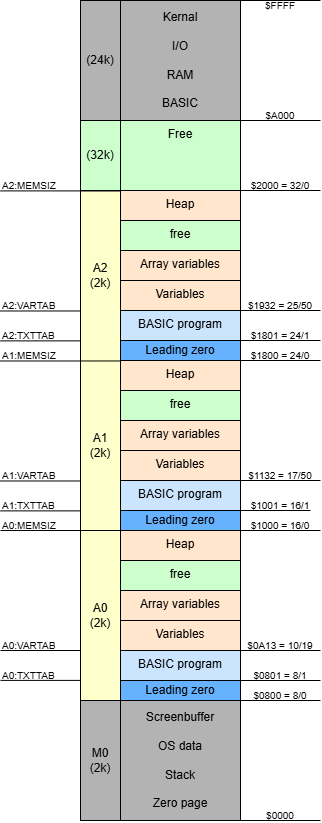
This is c64mempart/A0A1A2.drawio.png from maarten-pennings/howto, a draw.io export, as it was before one commit. Source tidied: cells renumbered, new cells last; positions are measured from the earlier drawing's top-left corner, leaving out a move shared by most shapes.
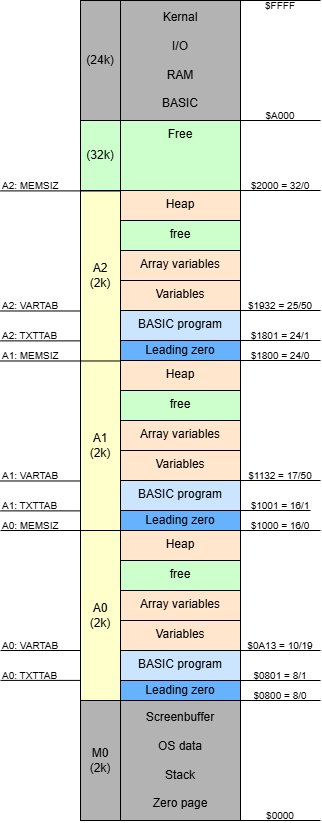
After the change.

What changed in the source:
```diff
@@ -73,10 +73,10 @@
         <mxPoint x="80" y="679.9" as="targetPoint" />
       </mxGeometry>
     </mxCell>
-    <mxCell id="20" value="A0:MEMSIZ" style="text;html=1;align=left;verticalAlign=middle;whiteSpace=wrap;rounded=0;fontSize=10;" parent="1" vertex="1">
+    <mxCell id="20" value="A0: MEMSIZ" style="text;html=1;align=left;verticalAlign=middle;whiteSpace=wrap;rounded=0;fontSize=10;" parent="1" vertex="1">
       <mxGeometry y="520" width="70" height="10" as="geometry" />
     </mxCell>
-    <mxCell id="21" value="A0:TXTTAB" style="text;html=1;align=left;verticalAlign=middle;whiteSpace=wrap;rounded=0;fontSize=10;" parent="1" vertex="1">
+    <mxCell id="21" value="A0: TXTTAB" style="text;html=1;align=left;verticalAlign=middle;whiteSpace=wrap;rounded=0;fontSize=10;" parent="1" vertex="1">
       <mxGeometry y="670" width="80" height="10" as="geometry" />
     </mxCell>
     <mxCell id="22" value="BASIC program" style="rounded=0;whiteSpace=wrap;html=1;verticalAlign=top;fillColor=#CCE5FF;" parent="1" vertex="1">
@@ -88,7 +88,7 @@
         <mxPoint x="80" y="650" as="targetPoint" />
       </mxGeometry>
     </mxCell>
-    <mxCell id="24" value="A0:VARTAB" style="text;html=1;align=left;verticalAlign=middle;whiteSpace=wrap;rounded=0;fontSize=10;" parent="1" vertex="1">
+    <mxCell id="24" value="A0: VARTAB" style="text;html=1;align=left;verticalAlign=middle;whiteSpace=wrap;rounded=0;fontSize=10;" parent="1" vertex="1">
       <mxGeometry y="640" width="80" height="10" as="geometry" />
     </mxCell>
     <mxCell id="25" value="A0&lt;br&gt;(2k)" style="rounded=0;whiteSpace=wrap;html=1;verticalAlign=middle;fillColor=#FFFFCC;" parent="1" vertex="1">
@@ -133,10 +133,10 @@
         <mxPoint x="80" y="510.4" as="targetPoint" />
       </mxGeometry>
     </mxCell>
-    <mxCell id="36" value="A1:MEMSIZ" style="text;html=1;align=left;verticalAlign=middle;whiteSpace=wrap;rounded=0;fontSize=10;" parent="1" vertex="1">
+    <mxCell id="36" value="A1: MEMSIZ" style="text;html=1;align=left;verticalAlign=middle;whiteSpace=wrap;rounded=0;fontSize=10;" parent="1" vertex="1">
       <mxGeometry y="350.5" width="70" height="10" as="geometry" />
     </mxCell>
-    <mxCell id="37" value="A1:TXTTAB" style="text;html=1;align=left;verticalAlign=middle;whiteSpace=wrap;rounded=0;fontSize=10;" parent="1" vertex="1">
+    <mxCell id="37" value="A1: TXTTAB" style="text;html=1;align=left;verticalAlign=middle;whiteSpace=wrap;rounded=0;fontSize=10;" parent="1" vertex="1">
       <mxGeometry y="500.5" width="70" height="10" as="geometry" />
     </mxCell>
     <mxCell id="38" value="BASIC program" style="rounded=0;whiteSpace=wrap;html=1;verticalAlign=top;fillColor=#CCE5FF;" parent="1" vertex="1">
@@ -148,7 +148,7 @@
         <mxPoint x="80" y="480.5" as="targetPoint" />
       </mxGeometry>
     </mxCell>
-    <mxCell id="40" value="A1:VARTAB" style="text;html=1;align=left;verticalAlign=middle;whiteSpace=wrap;rounded=0;fontSize=10;" parent="1" vertex="1">
+    <mxCell id="40" value="A1: VARTAB" style="text;html=1;align=left;verticalAlign=middle;whiteSpace=wrap;rounded=0;fontSize=10;" parent="1" vertex="1">
       <mxGeometry y="470.5" width="70" height="10" as="geometry" />
     </mxCell>
     <mxCell id="41" value="A1&lt;br&gt;(2k)" style="rounded=0;whiteSpace=wrap;html=1;verticalAlign=middle;fillColor=#FFFFCC;" parent="1" vertex="1">
@@ -199,10 +199,10 @@
         <mxPoint x="80" y="190.4" as="targetPoint" />
       </mxGeometry>
     </mxCell>
-    <mxCell id="53" value="A2:MEMSIZ" style="text;html=1;align=left;verticalAlign=middle;whiteSpace=wrap;rounded=0;fontSize=10;" parent="1" vertex="1">
+    <mxCell id="53" value="A2: MEMSIZ" style="text;html=1;align=left;verticalAlign=middle;whiteSpace=wrap;rounded=0;fontSize=10;" parent="1" vertex="1">
       <mxGeometry y="180.5" width="70" height="10" as="geometry" />
     </mxCell>
-    <mxCell id="54" value="A2:TXTTAB" style="text;html=1;align=left;verticalAlign=middle;whiteSpace=wrap;rounded=0;fontSize=10;" parent="1" vertex="1">
+    <mxCell id="54" value="A2: TXTTAB" style="text;html=1;align=left;verticalAlign=middle;whiteSpace=wrap;rounded=0;fontSize=10;" parent="1" vertex="1">
       <mxGeometry y="330.5" width="70" height="10" as="geometry" />
     </mxCell>
     <mxCell id="55" value="BASIC program" style="rounded=0;whiteSpace=wrap;html=1;verticalAlign=top;fillColor=#CCE5FF;" parent="1" vertex="1">
@@ -214,7 +214,7 @@
         <mxPoint x="80" y="310.5" as="targetPoint" />
       </mxGeometry>
     </mxCell>
-    <mxCell id="57" value="A2:VARTAB" style="text;html=1;align=left;verticalAlign=middle;whiteSpace=wrap;rounded=0;fontSize=10;" parent="1" vertex="1">
+    <mxCell id="57" value="A2: VARTAB" style="text;html=1;align=left;verticalAlign=middle;whiteSpace=wrap;rounded=0;fontSize=10;" parent="1" vertex="1">
       <mxGeometry y="300.5" width="70" height="10" as="geometry" />
     </mxCell>
     <mxCell id="58" style="endArrow=none;html=1;rounded=0;exitX=1;exitY=1;exitDx=0;exitDy=0;fontSize=10;" parent="1" edge="1">
```
